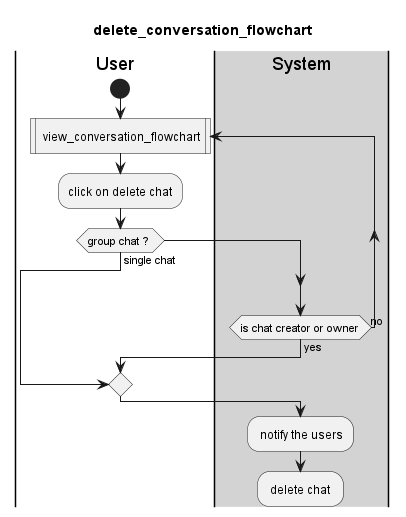
The PlantUML diagram out/Diagram/flowchart/communication/delete_conversation_flowchart/delete_conversation_flowchart.png in KTPx4/Social_Media, before a commit. Its diagram source:
```plantuml
@startuml
title delete_conversation_flowchart
|User|
start
repeat: view_conversation_flowchart|
:click on delete chat;
if(group chat ? ) then (single chat)
break
endif
|#lightgray|System|
repeat while(is chat creator or owner) is (no) not (yes)
: notify the users;
: delete chat ;
@enduml
```
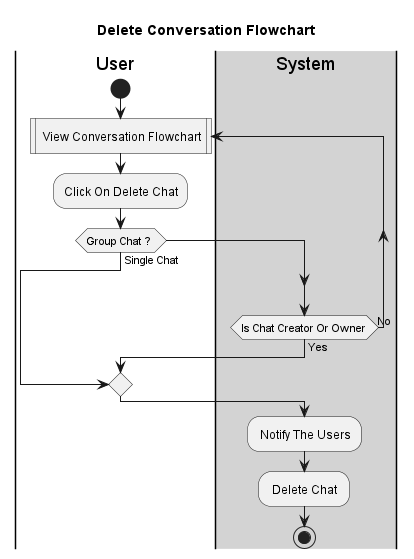
After the change.

Change to the diagram source:
```diff
@@ -1,14 +1,15 @@
 @startuml
-title delete_conversation_flowchart
+title Delete Conversation Flowchart
 |User|
 start
-repeat: view_conversation_flowchart|
-:click on delete chat;
-if(group chat ? ) then (single chat)
+repeat: View Conversation Flowchart|
+:Click On Delete Chat;
+if(Group Chat ? ) then (Single Chat)
 break
 endif
 |#lightgray|System|
-repeat while(is chat creator or owner) is (no) not (yes)
-: notify the users;
-: delete chat ;
+repeat while(Is Chat Creator Or Owner) is (No) not (Yes)
+: Notify The Users;
+: Delete Chat ;
+stop
 @enduml
```
